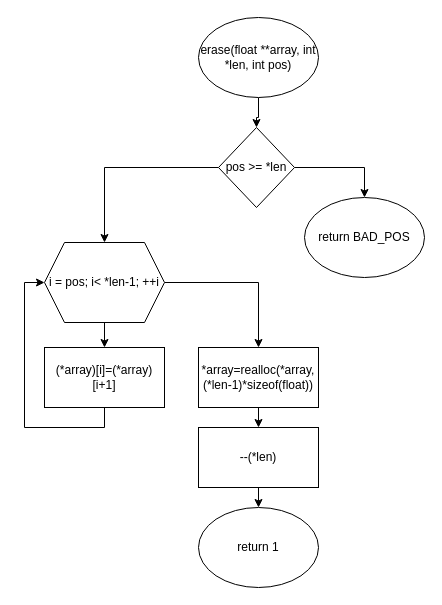
Above: page "erase" (1 of 3) of Untitled Diagram.drawio in Alvald1/draw.io (draw.io), before the change. Source tidied: cells renumbered, new cells numbered last; positions are measured from the earlier drawing's top-left corner, leaving out a move shared by most shapes. Both pictures are drawn from the tidied source at 100%, with x=0, y=0 at pixel (44, 17).
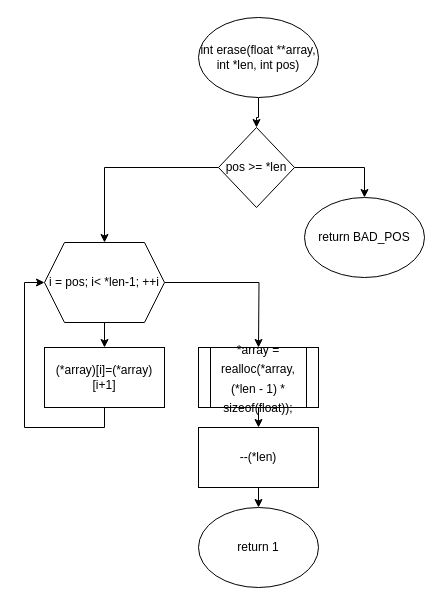
Above is the later version.

Change to the diagram source:
```diff
@@
 <mxGraphModel>
   <root>
     <mxCell id="0" />
     <mxCell id="1" parent="0" />
     <mxCell id="2" style="edgeStyle=orthogonalEdgeStyle;rounded=0;jettySize=auto;html=1;" parent="1" edge="1" source="3" target="6">
       <mxGeometry relative="1" as="geometry" />
     </mxCell>
-    <mxCell id="3" value="erase(float **array, int *len, int pos)" style="ellipse;whiteSpace=wrap;html=1;" parent="1" vertex="1">
+    <mxCell id="3" value="int erase(float **array, int *len, int pos)" style="ellipse;whiteSpace=wrap;html=1;" parent="1" vertex="1">
       <mxGeometry x="154" width="120" height="80" as="geometry" />
     </mxCell>
     <mxCell id="4" style="edgeStyle=orthogonalEdgeStyle;rounded=0;jettySize=auto;html=1;entryX=0.5;entryY=0;entryDx=0;entryDy=0;" parent="1" edge="1" source="6" target="7">
       <mxGeometry relative="1" as="geometry" />
     </mxCell>
     <mxCell id="5" style="edgeStyle=orthogonalEdgeStyle;rounded=0;jettySize=auto;html=1;exitX=0;exitY=0.5;exitDx=0;exitDy=0;entryX=0.5;entryY=0;entryDx=0;entryDy=0;" parent="1" edge="1" source="6" target="9">
       <mxGeometry relative="1" as="geometry" />
     </mxCell>
     <mxCell id="6" value="pos &amp;gt;= *len" style="rhombus;whiteSpace=wrap;html=1;" parent="1" vertex="1">
       <mxGeometry x="174" y="110" width="76" height="80" as="geometry" />
     </mxCell>
     <mxCell id="7" value="return BAD_POS" style="ellipse;whiteSpace=wrap;html=1;" parent="1" vertex="1">
       <mxGeometry x="260" y="180" width="120" height="80" as="geometry" />
     </mxCell>
-    <mxCell id="8" style="edgeStyle=orthogonalEdgeStyle;rounded=0;jettySize=auto;html=1;exitX=1;exitY=0.5;exitDx=0;exitDy=0;entryX=0.5;entryY=0;entryDx=0;entryDy=0;" parent="1" edge="1" source="9" target="14">
-      <mxGeometry relative="1" as="geometry" />
+    <mxCell id="8" style="edgeStyle=orthogonalEdgeStyle;rounded=0;jettySize=auto;html=1;exitX=1;exitY=0.5;exitDx=0;exitDy=0;entryX=0.5;entryY=0;entryDx=0;entryDy=0;" parent="1" edge="1" source="9">
+      <mxGeometry relative="1" as="geometry">
+        <mxPoint x="214" y="330" as="targetPoint" />
+      </mxGeometry>
     </mxCell>
     <mxCell id="9" value="i = pos; i&amp;lt; *len-1; ++i" style="shape=hexagon;perimeter=hexagonPerimeter2;whiteSpace=wrap;html=1;fixedSize=1;" parent="1" vertex="1">
       <mxGeometry y="225" width="120" height="80" as="geometry" />
     </mxCell>
     <mxCell id="10" style="edgeStyle=orthogonalEdgeStyle;rounded=0;jettySize=auto;html=1;exitX=0.5;exitY=1;exitDx=0;exitDy=0;entryX=0;entryY=0.5;entryDx=0;entryDy=0;" parent="1" edge="1" source="11" target="9">
       <mxGeometry relative="1" as="geometry" />
     </mxCell>
     <mxCell id="11" value="(*array)[i]=(*array)[i+1]" style="rounded=0;whiteSpace=wrap;html=1;" parent="1" vertex="1">
       <mxGeometry y="330" width="120" height="60" as="geometry" />
     </mxCell>
     <mxCell id="12" style="edgeStyle=orthogonalEdgeStyle;rounded=0;jettySize=auto;html=1;exitX=0.5;exitY=1;exitDx=0;exitDy=0;entryX=0.5;entryY=0;entryDx=0;entryDy=0;" parent="1" edge="1" source="9">
       <mxGeometry relative="1" as="geometry">
         <mxPoint x="60" y="330" as="targetPoint" />
       </mxGeometry>
     </mxCell>
-    <mxCell id="13" style="edgeStyle=orthogonalEdgeStyle;rounded=0;jettySize=auto;html=1;exitX=0.5;exitY=1;exitDx=0;exitDy=0;entryX=0.5;entryY=0;entryDx=0;entryDy=0;" parent="1" edge="1" source="14" target="16">
-      <mxGeometry relative="1" as="geometry" />
+    <mxCell id="13" style="edgeStyle=orthogonalEdgeStyle;rounded=0;jettySize=auto;html=1;exitX=0.5;exitY=1;exitDx=0;exitDy=0;entryX=0.5;entryY=0;entryDx=0;entryDy=0;" parent="1" edge="1" target="16">
+      <mxGeometry relative="1" as="geometry">
+        <mxPoint x="214" y="390" as="sourcePoint" />
+      </mxGeometry>
     </mxCell>
-    <mxCell id="14" value="*array=realloc(*array,(*len-1)*sizeof(float))" style="rounded=0;whiteSpace=wrap;html=1;" parent="1" vertex="1">
-      <mxGeometry x="154" y="330" width="120" height="60" as="geometry" />
-    </mxCell>
     <mxCell id="15" style="edgeStyle=orthogonalEdgeStyle;rounded=0;jettySize=auto;html=1;exitX=0.5;exitY=1;exitDx=0;exitDy=0;entryX=0.5;entryY=0;entryDx=0;entryDy=0;" parent="1" edge="1" source="16" target="17">
       <mxGeometry relative="1" as="geometry" />
     </mxCell>
     <mxCell id="16" value="--(*len)" style="rounded=0;whiteSpace=wrap;html=1;" parent="1" vertex="1">
       <mxGeometry x="154" y="410" width="120" height="60" as="geometry" />
     </mxCell>
     <mxCell id="17" value="return 1" style="ellipse;whiteSpace=wrap;html=1;" parent="1" vertex="1">
       <mxGeometry x="154" y="490" width="120" height="80" as="geometry" />
     </mxCell>
+    <mxCell id="18" value="&lt;font style=&quot;font-size: 12px;&quot;&gt;*array = realloc(*array, (*len - 1) * sizeof(float));&lt;/font&gt;" style="shape=process;whiteSpace=wrap;html=1;backgroundOutline=1;fontSize=16;" parent="1" vertex="1">
+      <mxGeometry x="154" y="330" width="120" height="60" as="geometry" />
+    </mxCell>
   </root>
 </mxGraphModel>
```
